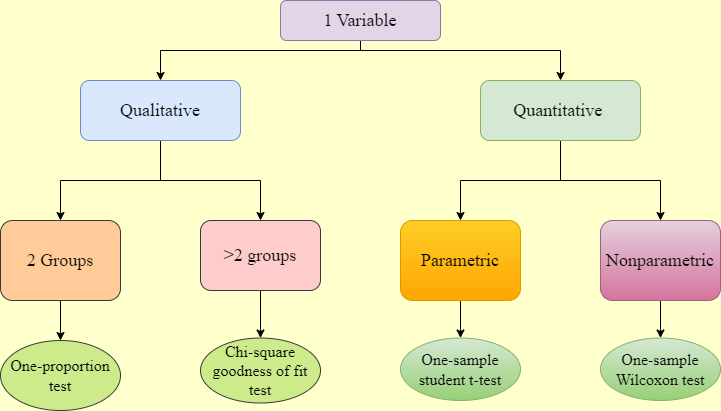
Earlier version of the draw.io export OneVariable.drawio.png (Ochoka/Data). Source tidied: cells renumbered, new cells last; positions are measured from the earlier drawing's top-left corner, leaving out a move shared by most shapes.
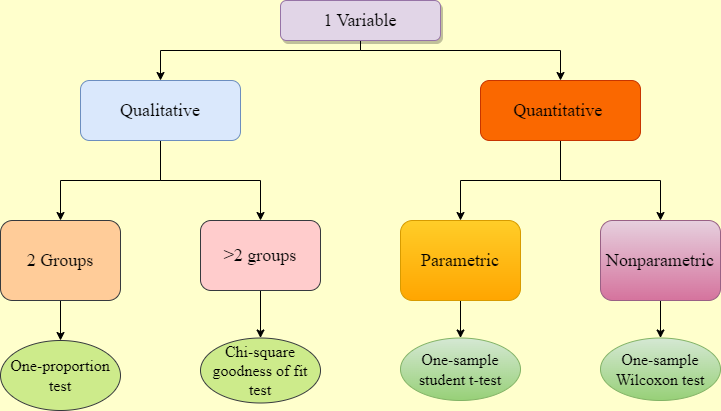
After the commit.

Diff of the diagram source:
```diff
@@ -53,7 +53,7 @@
     <mxCell id="18" style="edgeStyle=orthogonalEdgeStyle;rounded=0;jettySize=auto;html=1;" parent="1" edge="1" source="19" target="9">
       <mxGeometry relative="1" as="geometry" />
     </mxCell>
-    <mxCell id="19" value="&lt;font style=&quot;font-size: 18px;&quot; face=&quot;Times New Roman&quot;&gt;Quantitative&amp;nbsp;&lt;/font&gt;" style="rounded=1;whiteSpace=wrap;html=1;fillColor=#d5e8d4;strokeColor=#82b366;" parent="1" vertex="1">
+    <mxCell id="19" value="&lt;font style=&quot;font-size: 18px;&quot; face=&quot;Times New Roman&quot;&gt;Quantitative&amp;nbsp;&lt;/font&gt;" style="rounded=1;whiteSpace=wrap;html=1;fillColor=#fa6800;strokeColor=#C73500;fontColor=#000000;" parent="1" vertex="1">
       <mxGeometry x="480" y="80" width="160" height="60" as="geometry" />
     </mxCell>
     <mxCell id="20" style="edgeStyle=orthogonalEdgeStyle;rounded=0;jettySize=auto;html=1;" parent="1" edge="1" source="22" target="16">
@@ -72,7 +72,7 @@
         </Array>
       </mxGeometry>
     </mxCell>
-    <mxCell id="22" value="&lt;font style=&quot;font-size: 18px;&quot; face=&quot;Times New Roman&quot;&gt;1 Variable&lt;/font&gt;" style="rounded=1;whiteSpace=wrap;html=1;fillColor=#e1d5e7;strokeColor=#9673a6;" parent="1" vertex="1">
+    <mxCell id="22" value="&lt;font style=&quot;font-size: 18px;&quot; face=&quot;Times New Roman&quot;&gt;1 Variable&lt;/font&gt;" style="rounded=1;whiteSpace=wrap;html=1;fillColor=#e1d5e7;strokeColor=#9673a6;shadow=1;" parent="1" vertex="1">
       <mxGeometry x="280" width="160" height="40" as="geometry" />
     </mxCell>
   </root>
```
